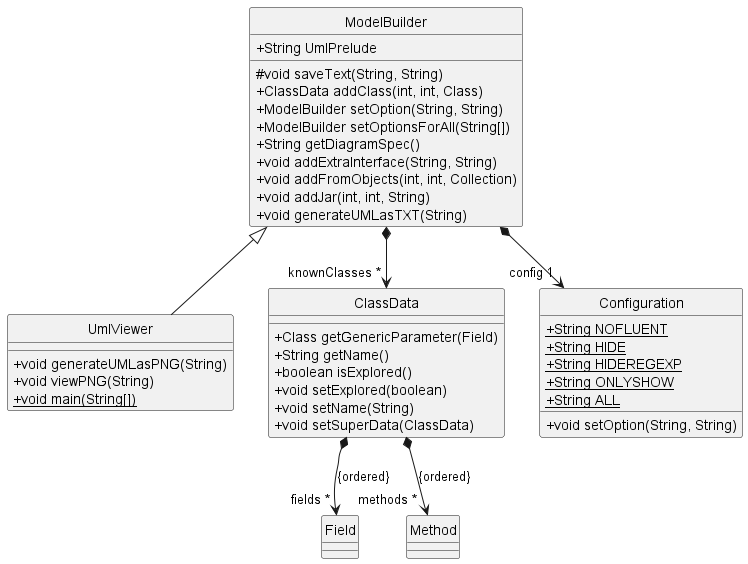
Above: test/testUmlViewer.png in jmjezequel/reverseJava (PlantUML), before the change. Source of this version:
```plantuml
@startuml
skinparam classAttributeIconSize 0
hide circle
class UmlViewer
ModelBuilder <|-- UmlViewer
UmlViewer : +void generateUMLasPNG(String)
UmlViewer : +void viewPNG(String)
UmlViewer : {static} +void main(String[])
class ModelBuilder
ModelBuilder : +String UmlPrelude
ModelBuilder *--> "knownClasses *" ClassData
ModelBuilder *--> "config 1" Configuration
ModelBuilder : #void saveText(String, String)
ModelBuilder : +ClassData addClass(int, int, Class)
ModelBuilder : +ModelBuilder setOption(String, String)
ModelBuilder : +ModelBuilder setOptionsForAll(String[])
ModelBuilder : +String getDiagramSpec()
ModelBuilder : +void addExtraInterface(String, String)
ModelBuilder : +void addFromObjects(int, int, Collection)
ModelBuilder : +void addJar(int, int, String)
ModelBuilder : +void generateUMLasTXT(String)
class ClassData
ClassData *--> "fields *" Field : {ordered}
ClassData *--> "methods *" Method : {ordered}
ClassData : +Class getGenericParameter(Field)
ClassData : +String getName()
ClassData : +boolean isExplored()
ClassData : +void setExplored(boolean)
ClassData : +void setName(String)
ClassData : +void setSuperData(ClassData)
class Configuration
Configuration : {static} +String NOFLUENT
Configuration : {static} +String HIDE
Configuration : {static} +String HIDEREGEXP
Configuration : {static} +String ONLYSHOW
Configuration : {static} +String ALL
Configuration : +void setOption(String, String)
@enduml
```
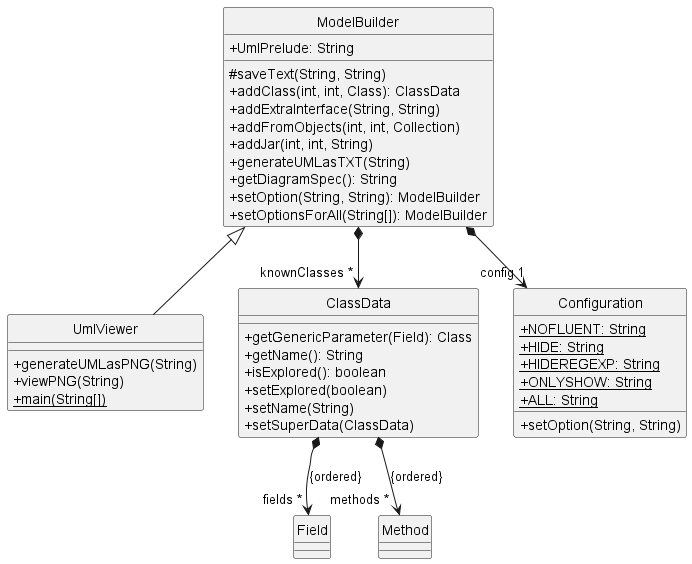
The same diagram one commit later.

What changed in the source:
```diff
@@ -3,36 +3,36 @@
 hide circle
 class UmlViewer
 ModelBuilder <|-- UmlViewer
-UmlViewer : +void generateUMLasPNG(String)
-UmlViewer : +void viewPNG(String)
-UmlViewer : {static} +void main(String[])
+UmlViewer : +generateUMLasPNG(String)
+UmlViewer : +viewPNG(String)
+UmlViewer : {static} +main(String[])
 class ModelBuilder
-ModelBuilder : +String UmlPrelude
+ModelBuilder : +UmlPrelude: String
 ModelBuilder *--> "knownClasses *" ClassData
 ModelBuilder *--> "config 1" Configuration
-ModelBuilder : #void saveText(String, String)
-ModelBuilder : +ClassData addClass(int, int, Class)
-ModelBuilder : +ModelBuilder setOption(String, String)
-ModelBuilder : +ModelBuilder setOptionsForAll(String[])
-ModelBuilder : +String getDiagramSpec()
-ModelBuilder : +void addExtraInterface(String, String)
-ModelBuilder : +void addFromObjects(int, int, Collection)
-ModelBuilder : +void addJar(int, int, String)
-ModelBuilder : +void generateUMLasTXT(String)
+ModelBuilder : #saveText(String, String)
+ModelBuilder : +addClass(int, int, Class): ClassData
+ModelBuilder : +addExtraInterface(String, String)
+ModelBuilder : +addFromObjects(int, int, Collection)
+ModelBuilder : +addJar(int, int, String)
+ModelBuilder : +generateUMLasTXT(String)
+ModelBuilder : +getDiagramSpec(): String
+ModelBuilder : +setOption(String, String): ModelBuilder
+ModelBuilder : +setOptionsForAll(String[]): ModelBuilder
 class ClassData
 ClassData *--> "fields *" Field : {ordered}
 ClassData *--> "methods *" Method : {ordered}
-ClassData : +Class getGenericParameter(Field)
-ClassData : +String getName()
-ClassData : +boolean isExplored()
-ClassData : +void setExplored(boolean)
-ClassData : +void setName(String)
-ClassData : +void setSuperData(ClassData)
+ClassData : +getGenericParameter(Field): Class
+ClassData : +getName(): String
+ClassData : +isExplored(): boolean
+ClassData : +setExplored(boolean)
+ClassData : +setName(String)
+ClassData : +setSuperData(ClassData)
 class Configuration
-Configuration : {static} +String NOFLUENT
-Configuration : {static} +String HIDE
-Configuration : {static} +String HIDEREGEXP
-Configuration : {static} +String ONLYSHOW
-Configuration : {static} +String ALL
-Configuration : +void setOption(String, String)
+Configuration : {static} +NOFLUENT: String
+Configuration : {static} +HIDE: String
+Configuration : {static} +HIDEREGEXP: String
+Configuration : {static} +ONLYSHOW: String
+Configuration : {static} +ALL: String
+Configuration : +setOption(String, String)
 @enduml
```
